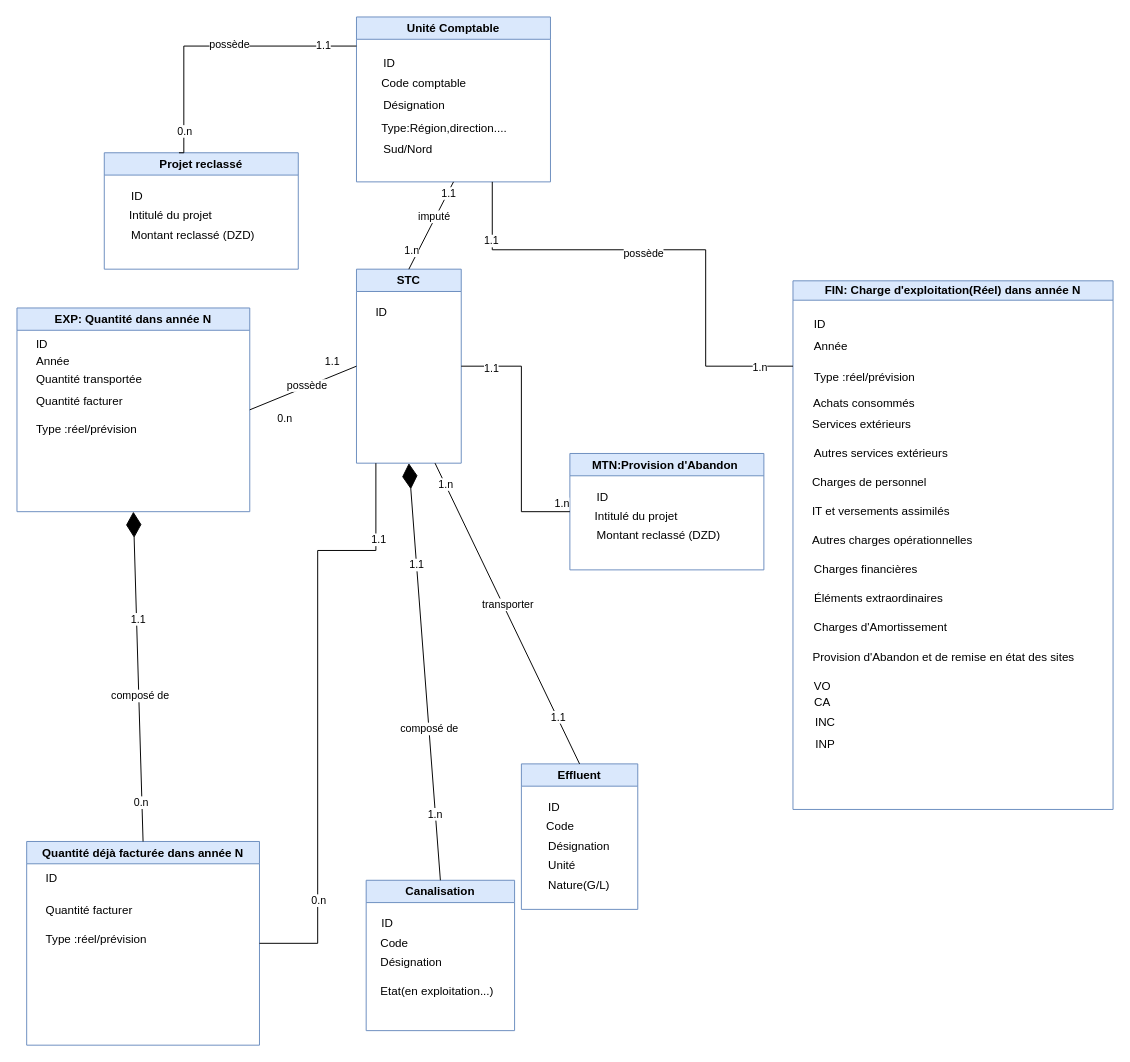
This is Diagramme de class Tarification.drawio.xml from saddambelabed/Conception, a draw.io file, before an edit. Source tidied: cells renumbered, new cells numbered last; positions are measured from the earlier drawing's top-left corner, leaving out a move shared by most shapes. Both pictures are drawn from the tidied source at 97%, with x=0, y=0 at pixel (16, 16).
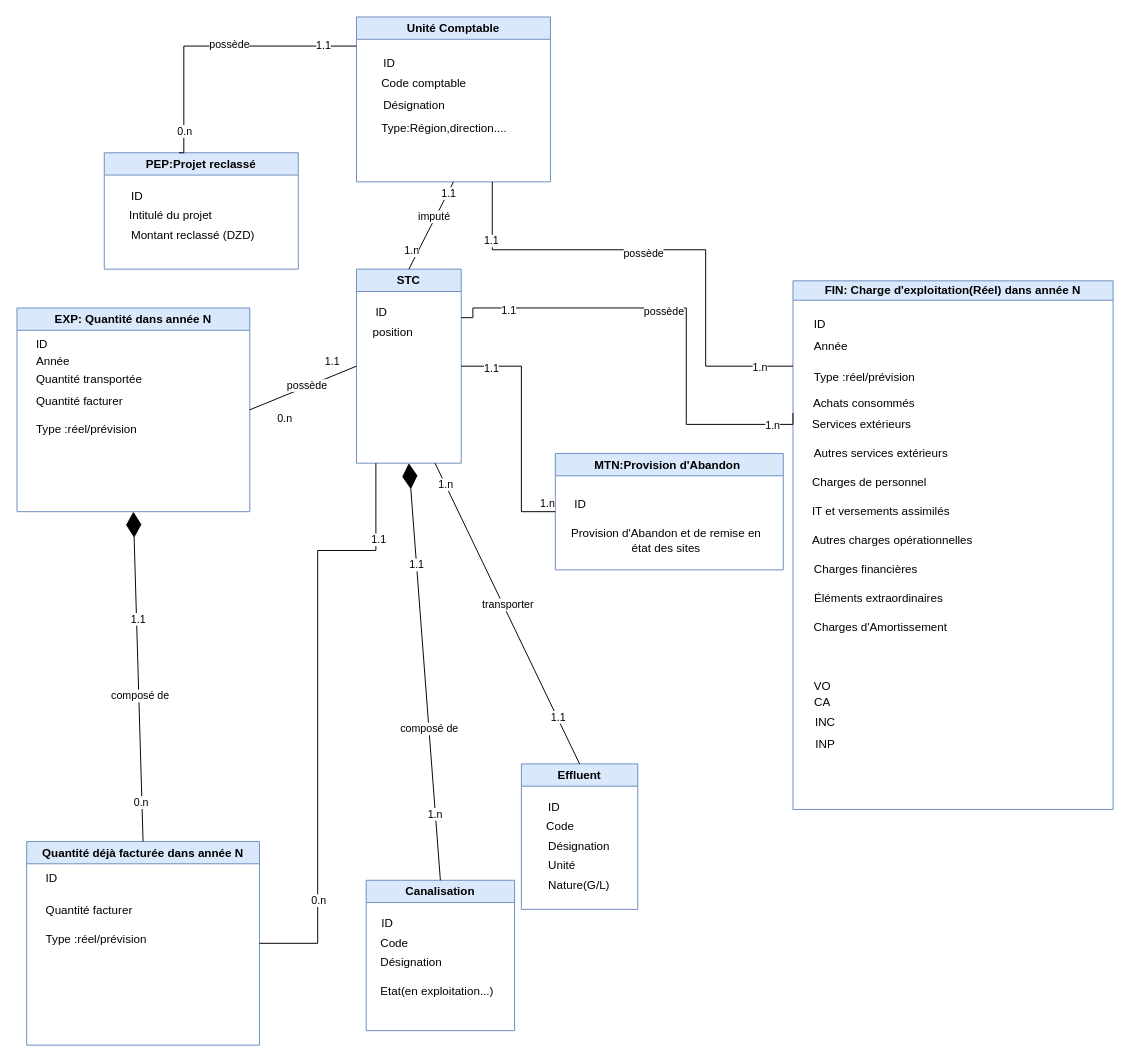
After the change.

Commit message:
Mettre à jour Diagramme de class Tarification.drawio.xml

The change refers to these unchanged cells:
```xml
<mxCell id="2" value="Unité Comptable" style="swimlane;whiteSpace=wrap;html=1;fillColor=#dae8fc;strokeColor=#6c8ebf;" parent="1" vertex="1">
  <mxGeometry x="350" width="200" height="170" as="geometry" />
</mxCell>
<mxCell id="9" value="STC" style="swimlane;whiteSpace=wrap;html=1;fillColor=#dae8fc;strokeColor=#6c8ebf;" parent="1" vertex="1">
  <mxGeometry x="350" y="260" width="108" height="200" as="geometry" />
</mxCell>
<mxCell id="32" value="FIN: Charge d'exploitation(Réel) dans année N" style="swimlane;whiteSpace=wrap;html=1;startSize=20;fillColor=#dae8fc;strokeColor=#6c8ebf;" parent="1" vertex="1">
  <mxGeometry x="800" y="272" width="330" height="545" as="geometry" />
</mxCell>
```

Diff of the diagram source:
```diff
@@
-    <mxCell id="6" value="Sud/Nord" style="text;html=1;align=left;verticalAlign=middle;strokeColor=none;fillColor=none;" parent="2" vertex="1">
-      <mxGeometry x="26" y="122" width="70" height="30" as="geometry" />
-    </mxCell>
@@
+    <mxCell id="6" value="position" style="text;html=1;align=left;verticalAlign=middle;strokeColor=none;fillColor=none;" parent="9" vertex="1">
+      <mxGeometry x="15" y="50" width="60" height="30" as="geometry" />
+    </mxCell>
@@
-    <mxCell id="44" value="Provision d'Abandon et de remise en état des sites" style="text;html=1;align=center;verticalAlign=middle;strokeColor=none;fillColor=none;" parent="32" vertex="1">
-      <mxGeometry x="10" y="373" width="290" height="30" as="geometry" />
-    </mxCell>
@@
-    <mxCell id="75" value="Projet reclassé" style="swimlane;whiteSpace=wrap;html=1;fillColor=#dae8fc;strokeColor=#6c8ebf;" parent="1" vertex="1">
+    <mxCell id="75" value="PEP:Projet reclassé" style="swimlane;whiteSpace=wrap;html=1;fillColor=#dae8fc;strokeColor=#6c8ebf;" parent="1" vertex="1">
       <mxGeometry x="90" y="140" width="200" height="120" as="geometry" />
     </mxCell>
@@
     <mxCell id="83" value="MTN:Provision d'Abandon&amp;nbsp;" style="swimlane;whiteSpace=wrap;html=1;fillColor=#dae8fc;strokeColor=#6c8ebf;" parent="1" vertex="1">
-      <mxGeometry x="570" y="450" width="200" height="120" as="geometry" />
+      <mxGeometry x="555" y="450" width="235" height="120" as="geometry" />
     </mxCell>
-    <mxCell id="84" value="Intitulé du projet" style="text;html=1;align=left;verticalAlign=middle;strokeColor=none;fillColor=none;" parent="83" vertex="1">
-      <mxGeometry x="24" y="50" width="110" height="30" as="geometry" />
-    </mxCell>
     <mxCell id="85" value="ID" style="text;html=1;align=left;verticalAlign=middle;strokeColor=none;fillColor=none;" parent="83" vertex="1">
-      <mxGeometry x="26" y="30" width="40" height="30" as="geometry" />
+      <mxGeometry x="18" y="38" width="40" height="30" as="geometry" />
     </mxCell>
-    <mxCell id="86" value="Montant reclassé (DZD)" style="text;html=1;align=left;verticalAlign=middle;strokeColor=none;fillColor=none;" parent="83" vertex="1">
-      <mxGeometry x="26" y="70" width="150" height="30" as="geometry" />
-    </mxCell>
+    <mxCell id="44" value="Provision d'Abandon et de remise en &lt;br&gt;état des sites" style="text;html=1;align=center;verticalAlign=middle;strokeColor=none;fillColor=none;" parent="83" vertex="1">
+      <mxGeometry x="4" y="70" width="220" height="40" as="geometry" />
+    </mxCell>
@@
+    <mxCell id="90" style="edgeStyle=orthogonalEdgeStyle;rounded=0;jettySize=auto;html=1;endArrow=none;endFill=0;entryX=0;entryY=0.25;entryDx=0;entryDy=0;exitX=1;exitY=0.25;exitDx=0;exitDy=0;" parent="1" edge="1" source="9" target="32">
+      <mxGeometry relative="1" as="geometry">
+        <Array as="points">
+          <mxPoint x="470" y="310" />
+          <mxPoint x="470" y="300" />
+          <mxPoint x="690" y="300" />
+          <mxPoint x="690" y="420" />
+          <mxPoint x="800" y="420" />
+        </Array>
+      </mxGeometry>
+    </mxCell>
+    <mxCell id="91" value="possède" style="edgeLabel;html=1;align=center;verticalAlign=middle;" parent="90" vertex="1">
+      <mxGeometry x="-0.1" y="-3" relative="1" as="geometry" />
+    </mxCell>
+    <mxCell id="92" value="1.1" style="edgeLabel;html=1;align=center;verticalAlign=middle;" parent="90" vertex="1">
+      <mxGeometry x="-0.76" y="-2" relative="1" as="geometry" />
+    </mxCell>
+    <mxCell id="93" value="1.n" style="edgeLabel;html=1;align=center;verticalAlign=middle;" parent="90" vertex="1">
+      <mxGeometry x="0.86" relative="1" as="geometry" />
+    </mxCell>
```
